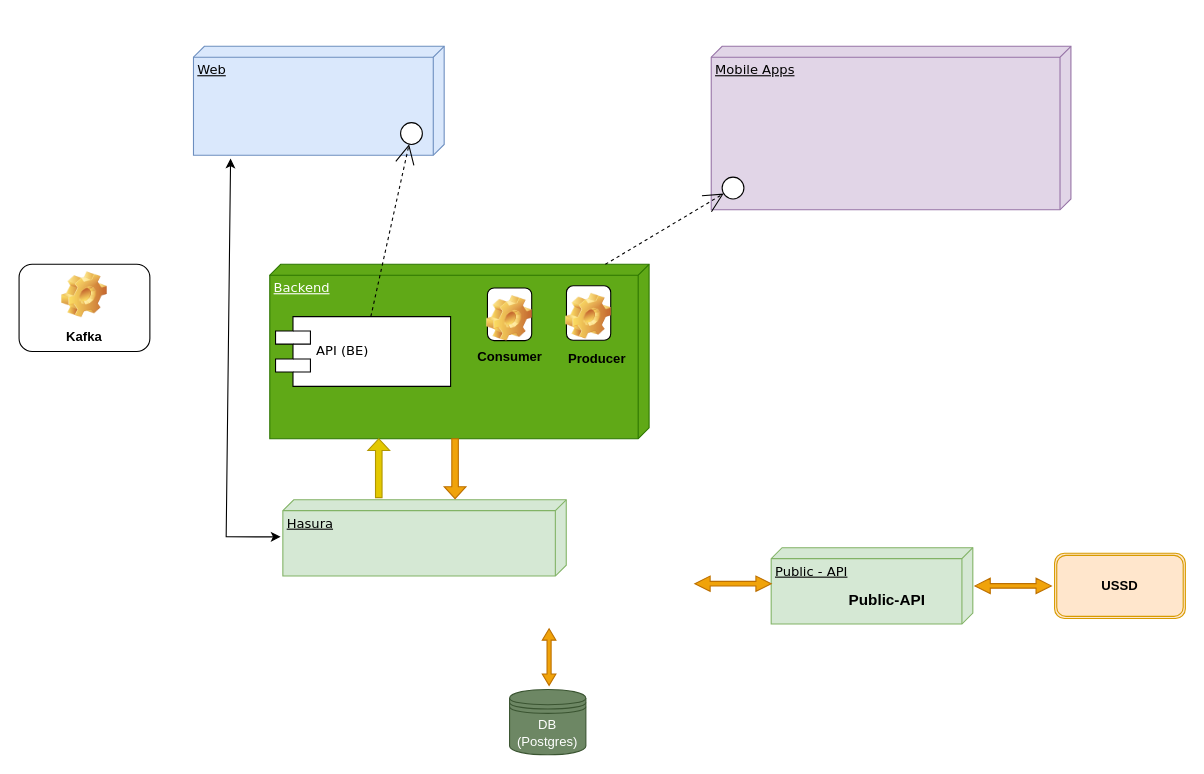
This is Untitled Diagram.drawio from cephydex/archdiags, a draw.io file, before an edit. Source tidied: cells renumbered, new cells numbered last; positions are measured from the earlier drawing's top-left corner, leaving out a move shared by most shapes. Both pictures are drawn from the tidied source at 109%, with x=0, y=0 at pixel (19, 46).
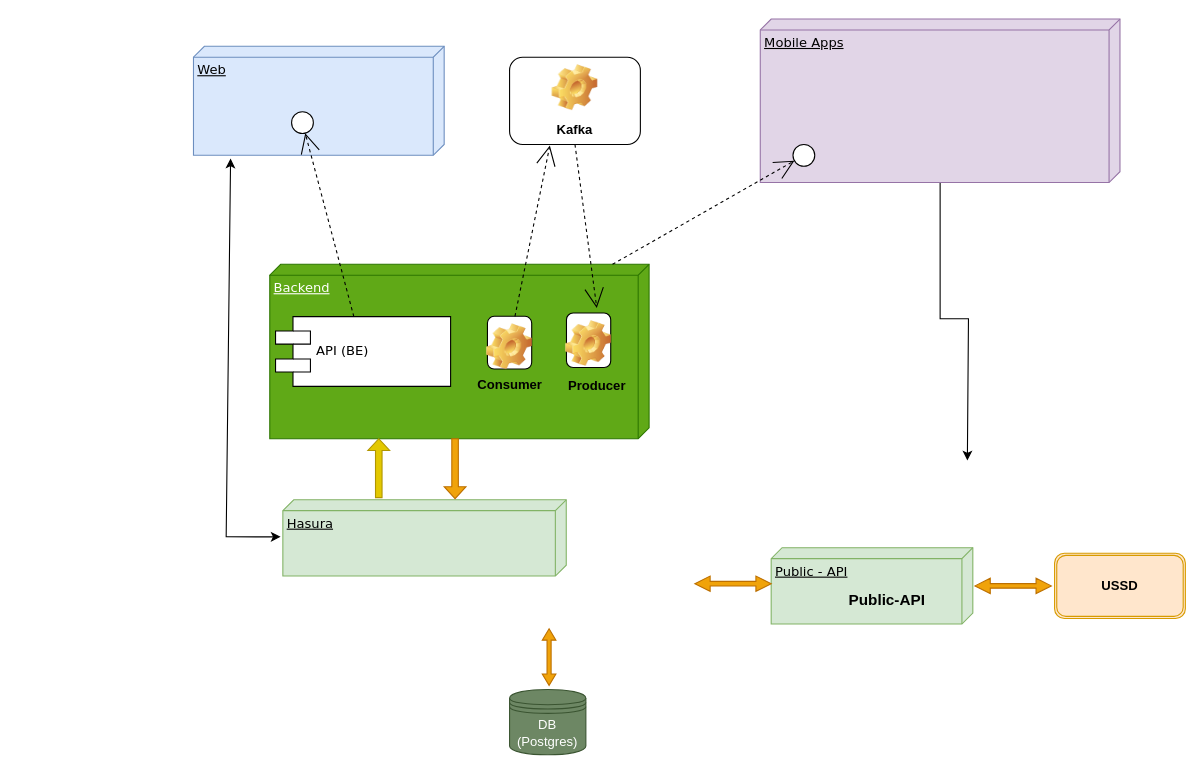
After the change.

The change refers to these unchanged cells:
```xml
<mxCell id="8" style="group;" parent="1" vertex="1">
  <mxGeometry x="230" y="200" width="348" height="160" as="geometry" />
</mxCell>
<mxCell id="15" style="label;whiteSpace=wrap;html=1;align=center;verticalAlign=bottom;spacingLeft=0;spacingBottom=4;imageAlign=center;imageVerticalAlign=top;image=img/clipart/Gear_128x128.png;" parent="14" vertex="1">
  <mxGeometry x="19.7" width="40.6" height="48.3" as="geometry" />
</mxCell>
```

Change to the diagram source:
```diff
@@
+    <mxCell id="30" style="edgeStyle=orthogonalEdgeStyle;rounded=0;jettySize=auto;html=1;" parent="1" edge="1" source="3">
+      <mxGeometry relative="1" as="geometry">
+        <mxPoint x="870" y="380" as="targetPoint" />
+        <Array as="points">
+          <mxPoint x="845" y="250" />
+          <mxPoint x="871" y="250" />
+        </Array>
+      </mxGeometry>
+    </mxCell>
     <mxCell id="3" value="Mobile Apps" style="verticalAlign=top;align=left;spacingTop=8;spacingLeft=2;spacingRight=12;shape=cube;size=10;direction=south;fontStyle=4;html=1;rounded=0;shadow=0;comic=0;labelBackgroundColor=none;strokeWidth=1;fontFamily=Verdana;fontSize=12;fillColor=#e1d5e7;strokeColor=#9673a6;" parent="1" vertex="1">
-      <mxGeometry x="635" width="330" height="150" as="geometry" />
+      <mxGeometry x="680" y="-25" width="330" height="150" as="geometry" />
     </mxCell>
     <mxCell id="4" style="ellipse;whiteSpace=wrap;html=1;rounded=0;shadow=0;comic=0;labelBackgroundColor=none;strokeWidth=1;fontFamily=Verdana;fontSize=12;align=center;" parent="1" vertex="1">
-      <mxGeometry x="350" y="70" width="20" height="20" as="geometry" />
+      <mxGeometry x="250" y="60" width="20" height="20" as="geometry" />
     </mxCell>
     <mxCell id="5" style="ellipse;whiteSpace=wrap;html=1;rounded=0;shadow=0;comic=0;labelBackgroundColor=none;strokeWidth=1;fontFamily=Verdana;fontSize=12;align=center;" parent="1" vertex="1">
-      <mxGeometry x="645" y="120" width="20" height="20" as="geometry" />
+      <mxGeometry x="710" y="90" width="20" height="20" as="geometry" />
     </mxCell>
@@
     <mxCell id="11" style="group;" parent="8" vertex="1">
-      <mxGeometry x="260" y="19.7" width="65" height="80.3" as="geometry" />
+      <mxGeometry x="260" y="44.7" width="65" height="80.3" as="geometry" />
     </mxCell>
@@
     <mxCell id="14" style="group;" parent="8" vertex="1">
-      <mxGeometry x="180" y="21.7" width="80" height="78.3" as="geometry" />
+      <mxGeometry x="180" y="47.7" width="80" height="78.3" as="geometry" />
     </mxCell>
@@
     <mxCell id="26" value="Kafka" style="label;whiteSpace=wrap;html=1;align=center;verticalAlign=bottom;spacingLeft=0;spacingBottom=4;imageAlign=center;imageVerticalAlign=top;image=img/clipart/Gear_128x128.png;" parent="1" vertex="1">
-      <mxGeometry y="200" width="120" height="80" as="geometry" />
+      <mxGeometry x="450" y="10" width="120" height="80" as="geometry" />
     </mxCell>
@@
+    <mxCell id="31" style="edgeStyle=none;rounded=0;html=1;dashed=1;labelBackgroundColor=none;startArrow=none;startFill=0;startSize=8;endArrow=open;endFill=0;endSize=16;fontFamily=Verdana;fontSize=12;entryX=0.308;entryY=1.013;entryDx=0;entryDy=0;entryPerimeter=0;" parent="1" edge="1" source="15" target="26">
+      <mxGeometry relative="1" as="geometry" />
+    </mxCell>
+    <mxCell id="32" style="edgeStyle=none;rounded=0;html=1;dashed=1;labelBackgroundColor=none;startArrow=none;startFill=0;startSize=8;endArrow=open;endFill=0;endSize=16;fontFamily=Verdana;fontSize=12;exitX=0.5;exitY=1;exitDx=0;exitDy=0;" parent="1" edge="1" source="26">
+      <mxGeometry relative="1" as="geometry">
+        <mxPoint x="530" y="240" as="targetPoint" />
+      </mxGeometry>
+    </mxCell>
```
